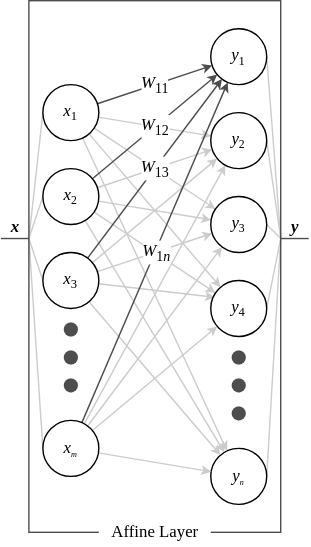
dragoon8192/LaundryTag keeps this draw.io diagram as img/affine.svg. Above is the earlier version. Source tidied: cells renumbered, new cells last; positions are measured from the earlier drawing's top-left corner, leaving out a move shared by most shapes.
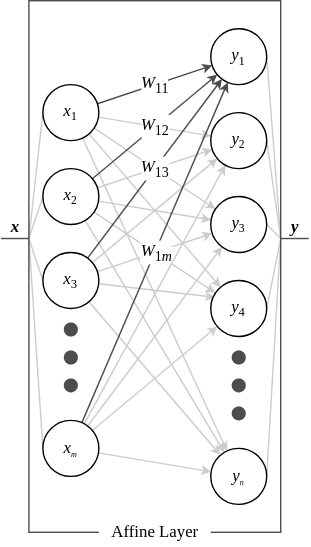
The same diagram one commit later.

What changed in the source:
```diff
@@ -125,7 +125,7 @@
     <mxCell id="36" style="endArrow=classic;html=1;rounded=0;labelBackgroundColor=default;sketch=0;strokeColor=#4D4D4D;strokeWidth=1;fontFamily=Times New Roman;fontSize=12;fontColor=default;startSize=4;endSize=4;sourcePerimeterSpacing=0;targetPerimeterSpacing=0;shape=connector;jumpStyle=none;jumpSize=4;" parent="1" edge="1" source="49" target="50">
       <mxGeometry relative="1" as="geometry" />
     </mxCell>
-    <mxCell id="37" value="&lt;i&gt;W&lt;/i&gt;&lt;sub&gt;1&lt;i&gt;n&lt;/i&gt;&lt;/sub&gt;" style="edgeLabel;html=1;align=center;verticalAlign=middle;fontSize=12;fontFamily=Times New Roman;fontColor=default;" parent="36" vertex="1">
+    <mxCell id="37" value="&lt;i&gt;W&lt;/i&gt;&lt;sub&gt;1&lt;i&gt;m&lt;/i&gt;&lt;/sub&gt;" style="edgeLabel;html=1;align=center;verticalAlign=middle;fontSize=12;fontFamily=Times New Roman;fontColor=default;" parent="36" vertex="1">
       <mxGeometry x="0.1" y="-1" relative="1" as="geometry">
         <mxPoint x="-6" y="12" as="offset" />
       </mxGeometry>
```
